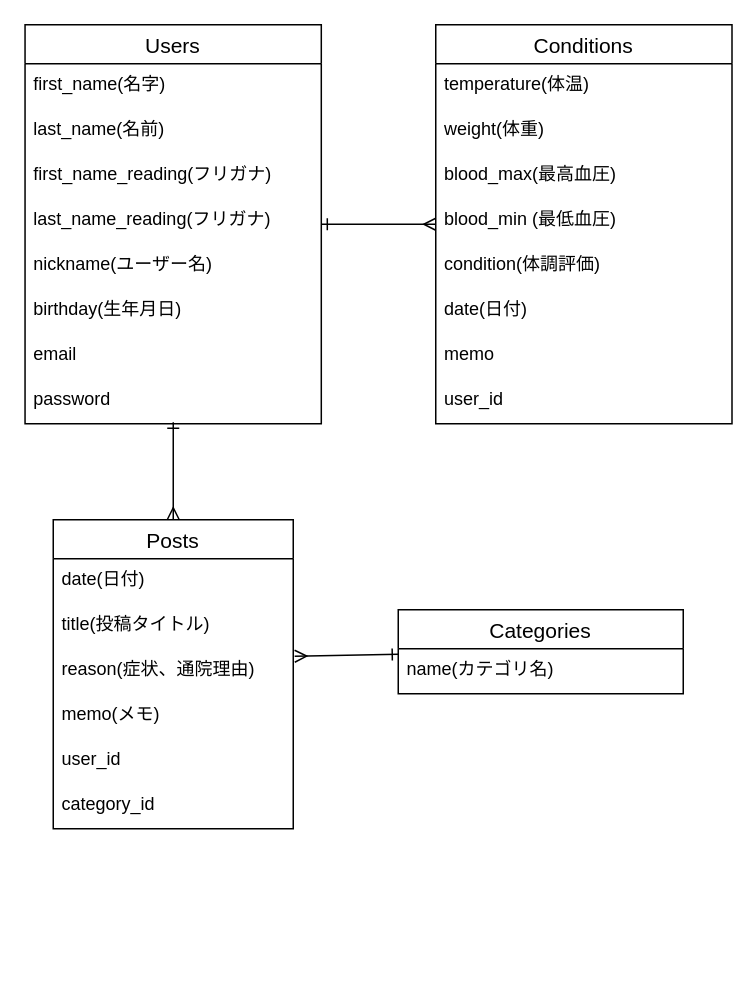
This is calendar.dio from yamakazu88/calendar, a draw.io file, before an edit. Source tidied: cells renumbered, new cells numbered last; positions are measured from the earlier drawing's top-left corner, leaving out a move shared by most shapes. Both pictures are drawn from the tidied source at 150%, with x=0, y=0 at pixel (24, 24).
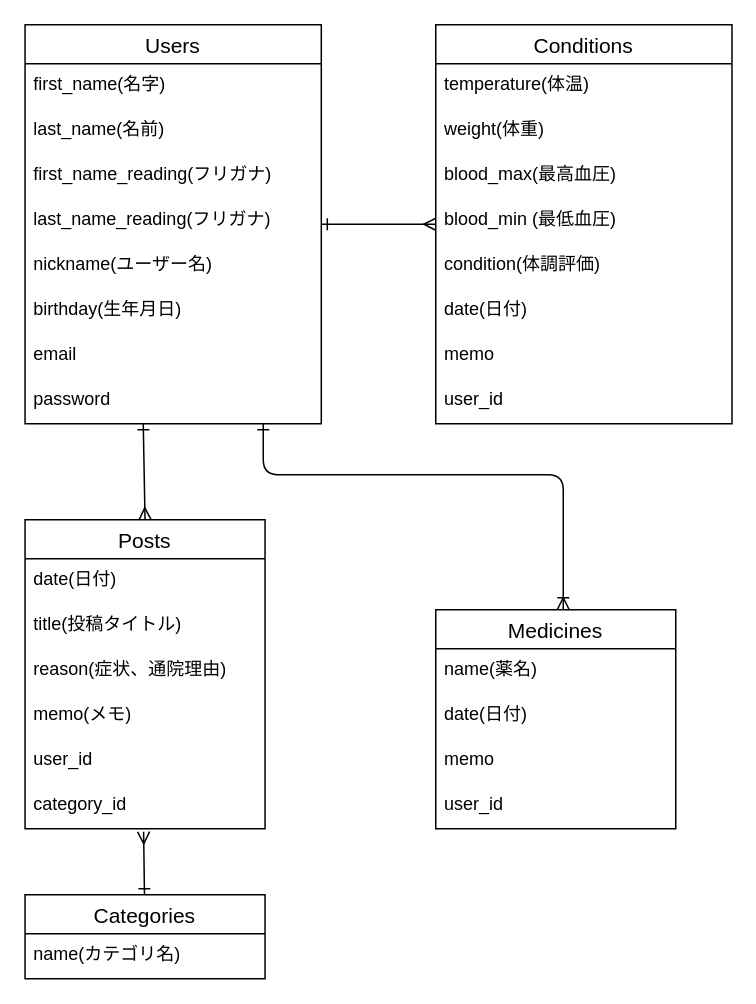
The same diagram, later.

Commit message (it also covers changes not shown here):
DB設計とREADMEの作成

The change refers to these unchanged cells:
```xml
<mxCell id="11" value="password" style="text;strokeColor=none;fillColor=none;spacingLeft=4;spacingRight=4;overflow=hidden;points=[[0,0.5],[1,0.5]];portConstraint=eastwest;fontSize=12;" parent="3" vertex="1">
  <mxGeometry y="236" width="197.5" height="30" as="geometry" />
</mxCell>
<mxCell id="15" value="reason(症状、通院理由)" style="text;strokeColor=none;fillColor=none;spacingLeft=4;spacingRight=4;overflow=hidden;points=[[0,0.5],[1,0.5]];portConstraint=eastwest;fontSize=12;" parent="12" vertex="1">
  <mxGeometry y="86" width="160" height="30" as="geometry" />
</mxCell>
<mxCell id="18" value="category_id" style="text;strokeColor=none;fillColor=none;spacingLeft=4;spacingRight=4;overflow=hidden;points=[[0,0.5],[1,0.5]];portConstraint=eastwest;fontSize=12;" parent="12" vertex="1">
  <mxGeometry y="176" width="160" height="30" as="geometry" />
</mxCell>
```

Diff of the diagram source:
```diff
@@
     <mxCell id="12" value="Posts" style="swimlane;fontStyle=0;horizontal=1;startSize=26;align=center;fontSize=14;" parent="1" vertex="1">
-      <mxGeometry x="19" y="330" width="160" height="206" as="geometry" />
+      <mxGeometry x="0.2" y="330" width="160" height="206" as="geometry" />
     </mxCell>
@@
-    <mxCell id="19" style="fontSize=12;html=1;endArrow=ERone;exitX=0.5;exitY=0;exitDx=0;exitDy=0;startArrow=ERmany;startFill=0;endFill=0;jumpSize=10;" parent="1" edge="1" source="12">
-      <mxGeometry relative="1" as="geometry">
-        <mxPoint x="99" y="265" as="targetPoint" />
-      </mxGeometry>
+    <mxCell id="19" style="fontSize=12;html=1;endArrow=ERone;exitX=0.5;exitY=0;exitDx=0;exitDy=0;startArrow=ERmany;startFill=0;endFill=0;jumpSize=10;entryX=0.399;entryY=1;entryDx=0;entryDy=0;entryPerimeter=0;" parent="1" edge="1" source="12" target="11">
+      <mxGeometry relative="1" as="geometry" />
     </mxCell>
-    <mxCell id="20" style="edgeStyle=none;rounded=0;jumpSize=10;jettySize=auto;html=1;startArrow=ERmany;startFill=0;endArrow=ERone;endFill=0;exitX=1.006;exitY=0.167;exitDx=0;exitDy=0;exitPerimeter=0;" parent="1" edge="1" source="15" target="21">
+    <mxCell id="20" style="edgeStyle=none;rounded=0;jumpSize=10;jettySize=auto;html=1;startArrow=ERmany;startFill=0;endArrow=ERone;endFill=0;exitX=0.494;exitY=1.067;exitDx=0;exitDy=0;exitPerimeter=0;" parent="1" edge="1" source="18" target="21">
       <mxGeometry relative="1" as="geometry" />
     </mxCell>
     <mxCell id="21" value="Categories" style="swimlane;fontStyle=0;horizontal=1;startSize=26;align=center;fontSize=14;" parent="1" vertex="1">
-      <mxGeometry x="249" y="390" width="190" height="56" as="geometry" />
+      <mxGeometry x="0.2" y="580" width="160" height="56" as="geometry" />
     </mxCell>
     <mxCell id="22" value="name(カテゴリ名)" style="text;strokeColor=none;fillColor=none;spacingLeft=4;spacingRight=4;overflow=hidden;fontSize=12;" parent="21" vertex="1">
-      <mxGeometry y="26" width="190" height="30" as="geometry" />
+      <mxGeometry y="26" width="160" height="30" as="geometry" />
     </mxCell>
@@
+    <mxCell id="32" value="Medicines" style="swimlane;fontStyle=0;horizontal=1;startSize=26;align=center;fontSize=14;" parent="1" vertex="1">
+      <mxGeometry x="274" y="390" width="160" height="146" as="geometry" />
+    </mxCell>
+    <mxCell id="33" value="name(薬名)" style="text;strokeColor=none;fillColor=none;spacingLeft=4;spacingRight=4;overflow=hidden;fontSize=12;" parent="32" vertex="1">
+      <mxGeometry y="26" width="160" height="30" as="geometry" />
+    </mxCell>
+    <mxCell id="34" value="date(日付)" style="text;strokeColor=none;fillColor=none;spacingLeft=4;spacingRight=4;overflow=hidden;fontSize=12;" parent="32" vertex="1">
+      <mxGeometry y="56" width="160" height="30" as="geometry" />
+    </mxCell>
+    <mxCell id="35" value="memo" style="text;strokeColor=none;fillColor=none;spacingLeft=4;spacingRight=4;overflow=hidden;fontSize=12;" parent="32" vertex="1">
+      <mxGeometry y="86" width="160" height="30" as="geometry" />
+    </mxCell>
+    <mxCell id="36" value="user_id" style="text;strokeColor=none;fillColor=none;spacingLeft=4;spacingRight=4;overflow=hidden;fontSize=12;" parent="32" vertex="1">
+      <mxGeometry y="116" width="160" height="30" as="geometry" />
+    </mxCell>
+    <mxCell id="37" style="edgeStyle=orthogonalEdgeStyle;fontSize=12;html=1;endArrow=ERoneToMany;startArrow=ERone;startFill=0;" parent="1" edge="1" source="11">
+      <mxGeometry relative="1" as="geometry">
+        <mxPoint x="359" y="390" as="targetPoint" />
+        <Array as="points">
+          <mxPoint x="159" y="300" />
+          <mxPoint x="359" y="300" />
+        </Array>
+      </mxGeometry>
+    </mxCell>
```
